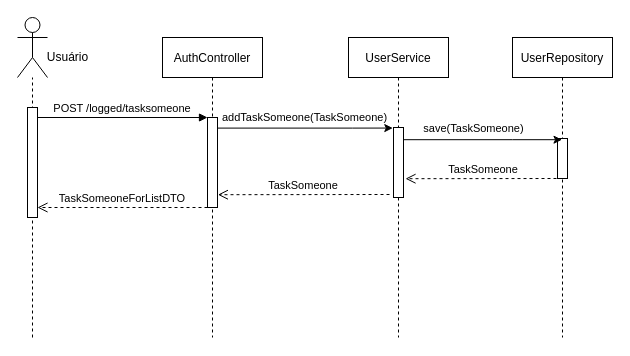
Above: src/main/resources/documentation/ds-create-task.drawio in hermscoder/taskme-app (draw.io), before the change. Source tidied: cells renumbered, new cells numbered last; positions are measured from the earlier drawing's top-left corner, leaving out a move shared by most shapes. Both pictures are drawn from the tidied source at 100%, with x=0, y=0 at pixel (17, 17).
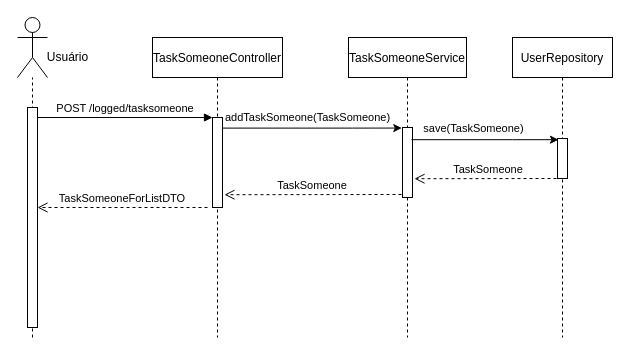
Above is the later version.

Diff of the diagram source:
```diff
@@
-    <mxCell id="3" value="AuthController" style="shape=umlLifeline;perimeter=lifelinePerimeter;rounded=0;shadow=0;strokeWidth=1;" parent="1" vertex="1">
-      <mxGeometry x="145" y="20" width="100" height="300" as="geometry" />
+    <mxCell id="3" value="TaskSomeoneController" style="shape=umlLifeline;perimeter=lifelinePerimeter;rounded=0;shadow=0;strokeWidth=1;" parent="1" vertex="1">
+      <mxGeometry x="135" y="20" width="130" height="300" as="geometry" />
     </mxCell>
-    <mxCell id="4" style="points=[];perimeter=orthogonalPerimeter;rounded=0;shadow=0;strokeWidth=1;" parent="3" vertex="1">
-      <mxGeometry x="45" y="80" width="10" height="90" as="geometry" />
-    </mxCell>
@@
     <mxCell id="7" style="points=[];perimeter=orthogonalPerimeter;rounded=0;shadow=0;strokeWidth=1;" parent="1" vertex="1">
-      <mxGeometry x="10" y="90" width="10" height="110" as="geometry" />
+      <mxGeometry x="10" y="90" width="10" height="220" as="geometry" />
     </mxCell>
@@
-    <mxCell id="11" value="UserService" style="shape=umlLifeline;perimeter=lifelinePerimeter;rounded=0;shadow=0;strokeWidth=1;" parent="1" vertex="1">
-      <mxGeometry x="331" y="20" width="100" height="300" as="geometry" />
+    <mxCell id="11" value="TaskSomeoneService" style="shape=umlLifeline;perimeter=lifelinePerimeter;rounded=0;shadow=0;strokeWidth=1;" parent="1" vertex="1">
+      <mxGeometry x="331" y="20" width="118" height="300" as="geometry" />
     </mxCell>
     <mxCell id="12" style="points=[];perimeter=orthogonalPerimeter;rounded=0;shadow=0;strokeWidth=1;" parent="11" vertex="1">
-      <mxGeometry x="45" y="90" width="10" height="70" as="geometry" />
+      <mxGeometry x="54" y="90" width="10" height="70" as="geometry" />
     </mxCell>
@@
     <mxCell id="14" value="&lt;font style=&quot;font-size: 11px&quot;&gt;addTaskSomeone(TaskSomeone)&lt;/font&gt;" style="text;html=1;align=center;verticalAlign=middle;" parent="1" vertex="1">
-      <mxGeometry x="197" y="90" width="180" height="20" as="geometry" />
+      <mxGeometry x="200" y="90" width="180" height="20" as="geometry" />
     </mxCell>
@@
     <mxCell id="17" style="edgeStyle=orthogonalEdgeStyle;rounded=0;orthogonalLoop=1;jettySize=auto;html=1;" parent="1" edge="1">
       <mxGeometry relative="1" as="geometry">
-        <mxPoint x="386" y="122.2" as="sourcePoint" />
-        <mxPoint x="544.5" y="122.2" as="targetPoint" />
+        <mxPoint x="394" y="122.2" as="sourcePoint" />
+        <mxPoint x="541" y="122.2" as="targetPoint" />
         <Array as="points">
           <mxPoint x="495" y="122" />
           <mxPoint x="495" y="122" />
         </Array>
       </mxGeometry>
     </mxCell>
@@
     <mxCell id="19" value="TaskSomeone" style="verticalAlign=bottom;endArrow=open;dashed=1;endSize=8;shadow=0;strokeWidth=1;entryX=0.98;entryY=0.239;entryDx=0;entryDy=0;entryPerimeter=0;" parent="1" edge="1">
       <mxGeometry relative="1" as="geometry">
         <mxPoint x="545" y="161" as="sourcePoint" />
-        <mxPoint x="388" y="161.2" as="targetPoint" />
+        <mxPoint x="397" y="161.2" as="targetPoint" />
       </mxGeometry>
     </mxCell>
     <mxCell id="20" value="TaskSomeone" style="verticalAlign=bottom;endArrow=open;dashed=1;endSize=8;shadow=0;strokeWidth=1;entryX=0.98;entryY=0.239;entryDx=0;entryDy=0;entryPerimeter=0;" parent="1" edge="1">
       <mxGeometry relative="1" as="geometry">
-        <mxPoint x="372" y="177" as="sourcePoint" />
-        <mxPoint x="200.4" y="177.2" as="targetPoint" />
+        <mxPoint x="384" y="177" as="sourcePoint" />
+        <mxPoint x="207" y="177.2" as="targetPoint" />
       </mxGeometry>
     </mxCell>
+    <mxCell id="4" style="points=[];perimeter=orthogonalPerimeter;rounded=0;shadow=0;strokeWidth=1;" parent="1" vertex="1">
+      <mxGeometry x="195" y="100" width="10" height="90" as="geometry" />
+    </mxCell>
```
